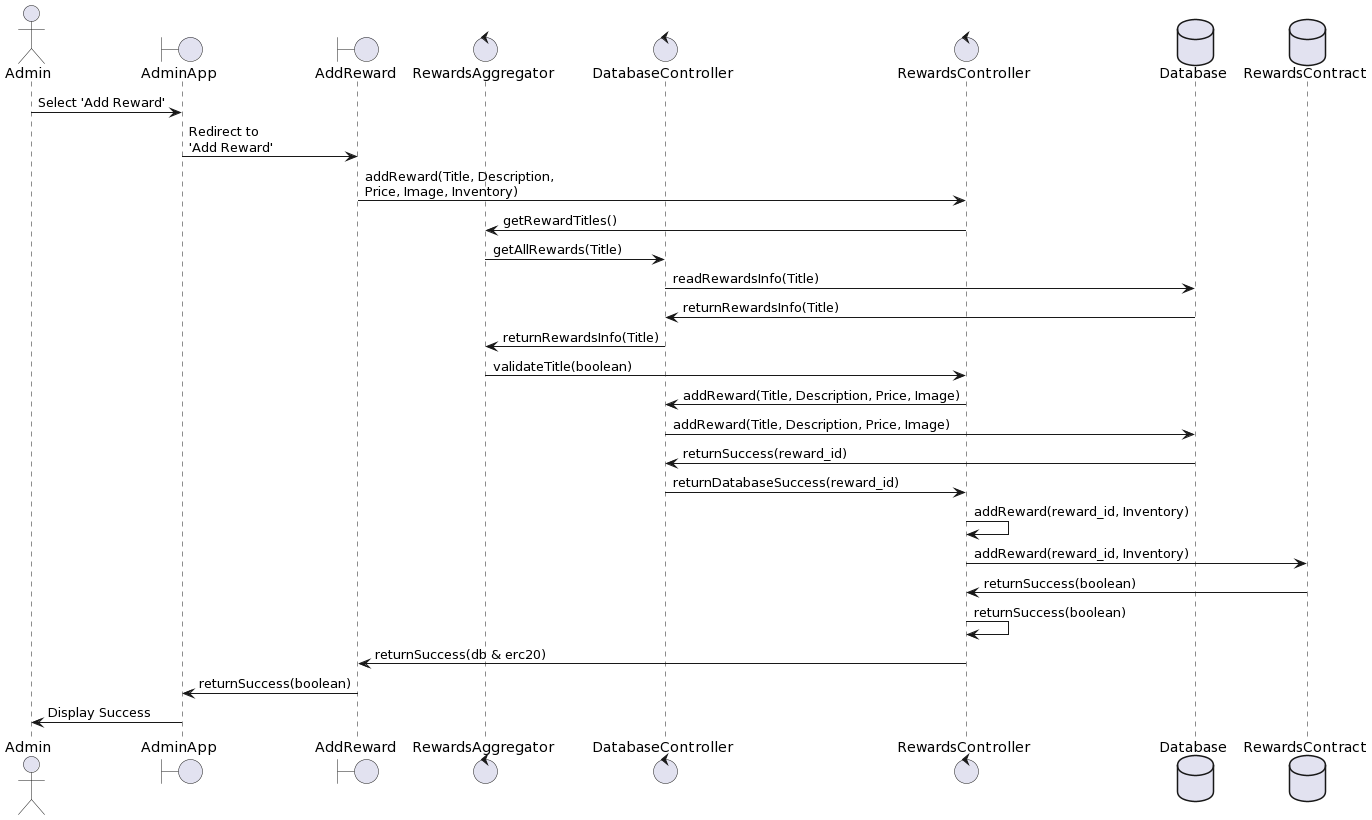
This is Admin_AddReward.png from Tamong/TFS, a PlantUML export, as it was before one commit.
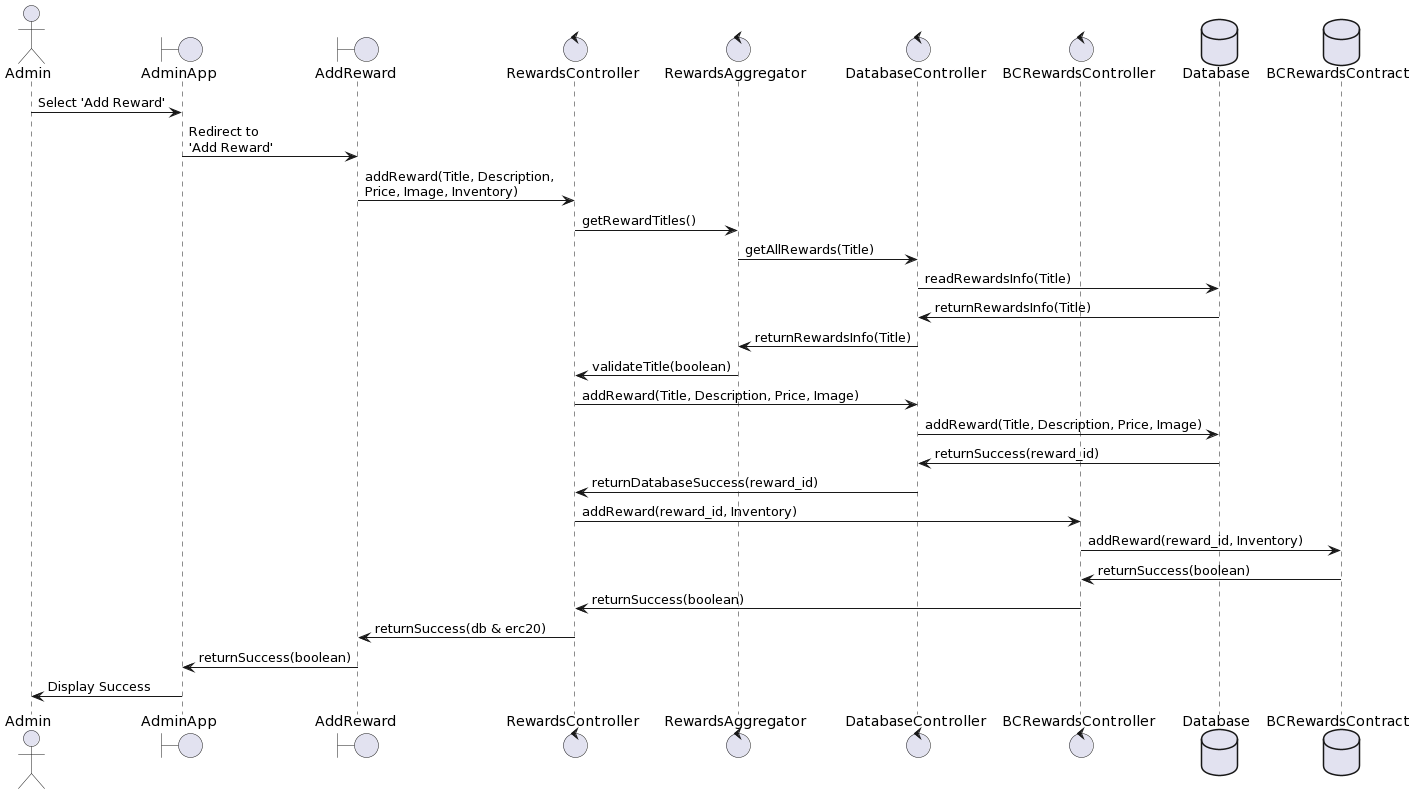
Above is the later version.

The edit, as a diff of the source:
```diff
@@ -6,10 +6,10 @@
 control     RewardsController
 control     RewardsAggregator
 control     DatabaseController
-control     RewardsController
+control     BCRewardsController
 
 database    Database
-database    RewardsContract
+database    BCRewardsContract
 
 Admin -> AdminApp: Select 'Add Reward'
 AdminApp -> AddReward: Redirect to \n'Add Reward'
@@ -29,11 +29,11 @@
 Database-> DatabaseController: returnSuccess(reward_id)
 DatabaseController-> RewardsController : returnDatabaseSuccess(reward_id)
 
-RewardsController -> RewardsController: addReward(reward_id, Inventory)
-RewardsController-> RewardsContract: addReward(reward_id, Inventory)
+RewardsController -> BCRewardsController: addReward(reward_id, Inventory)
+BCRewardsController-> BCRewardsContract: addReward(reward_id, Inventory)
 
-RewardsContract-> RewardsController: returnSuccess(boolean)
-RewardsController-> RewardsController : returnSuccess(boolean)
+BCRewardsContract-> BCRewardsController: returnSuccess(boolean)
+BCRewardsController-> RewardsController : returnSuccess(boolean)
 
 RewardsController -> AddReward : returnSuccess(db & erc20)
 AddReward -> AdminApp: returnSuccess(boolean)
```
